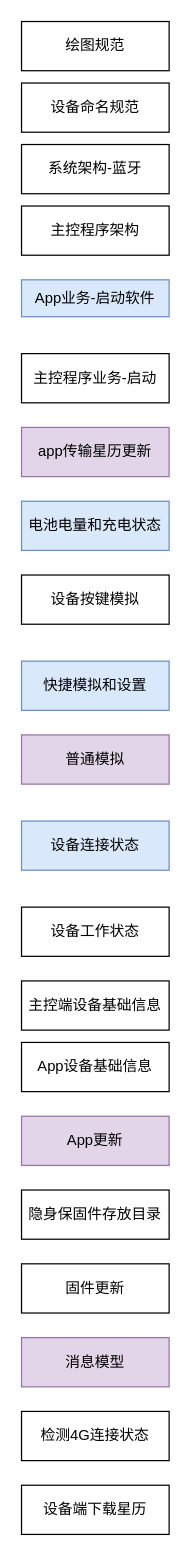
Earlier version of the draw.io diagram page "目录" (3 of 25) of 隐身保arm版-业务流程-V1.0-20221028-1.drawio (kyphoon/ysb_drawio_tree). Source tidied: cells renumbered, new cells numbered last; positions are measured from the earlier drawing's top-left corner, leaving out a move shared by most shapes. Both pictures are drawn from the tidied source at 123%, with x=0, y=0 at pixel (21, 21).
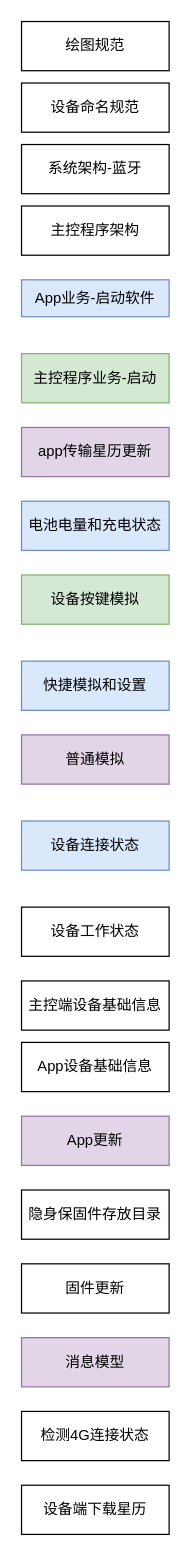
The same page after the edit.

Diff of the diagram source:
```diff
@@
-    <mxCell id="5" value="主控程序业务-启动" style="rounded=0;whiteSpace=wrap;html=1;" parent="1" vertex="1">
+    <mxCell id="5" value="主控程序业务-启动" style="rounded=0;whiteSpace=wrap;html=1;fillColor=#d5e8d4;strokeColor=#82b366;" parent="1" vertex="1">
       <mxGeometry y="270" width="120" height="40" as="geometry" />
     </mxCell>
@@
-    <mxCell id="7" value="设备按键模拟" style="rounded=0;whiteSpace=wrap;html=1;" parent="1" vertex="1">
+    <mxCell id="7" value="设备按键模拟" style="rounded=0;whiteSpace=wrap;html=1;fillColor=#d5e8d4;strokeColor=#82b366;" parent="1" vertex="1">
       <mxGeometry y="450" width="120" height="40" as="geometry" />
     </mxCell>
```
